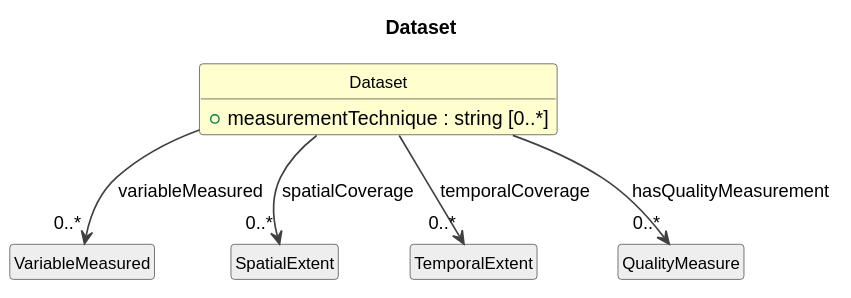
Above: build/field-level-documentation/CDIFDiscovery/Classes/Dataset.svg in Cross-Domain-Interoperability-Framework/metadataBuildingBlocks (PlantUML), before the change.
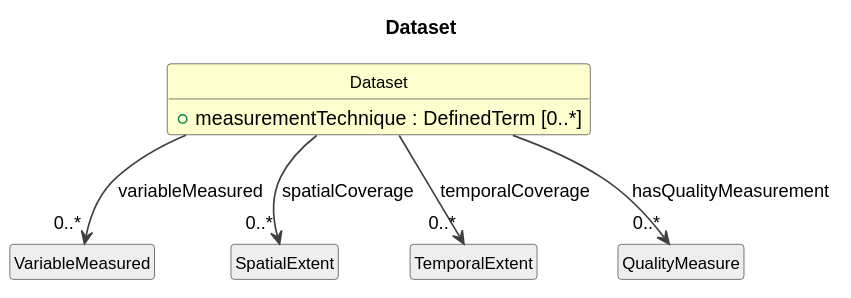
Later version of the same file.

Change to the diagram source:
```diff
@@ -11,7 +11,7 @@
 }
 
 class "Dataset" as Dataset #FEFECE {
-  +measurementTechnique : string [0..*]
+  +measurementTechnique : DefinedTerm [0..*]
 }
 class "VariableMeasured" as VariableMeasured #EEEEEE
 Dataset --> "0..*" VariableMeasured : variableMeasured
```
